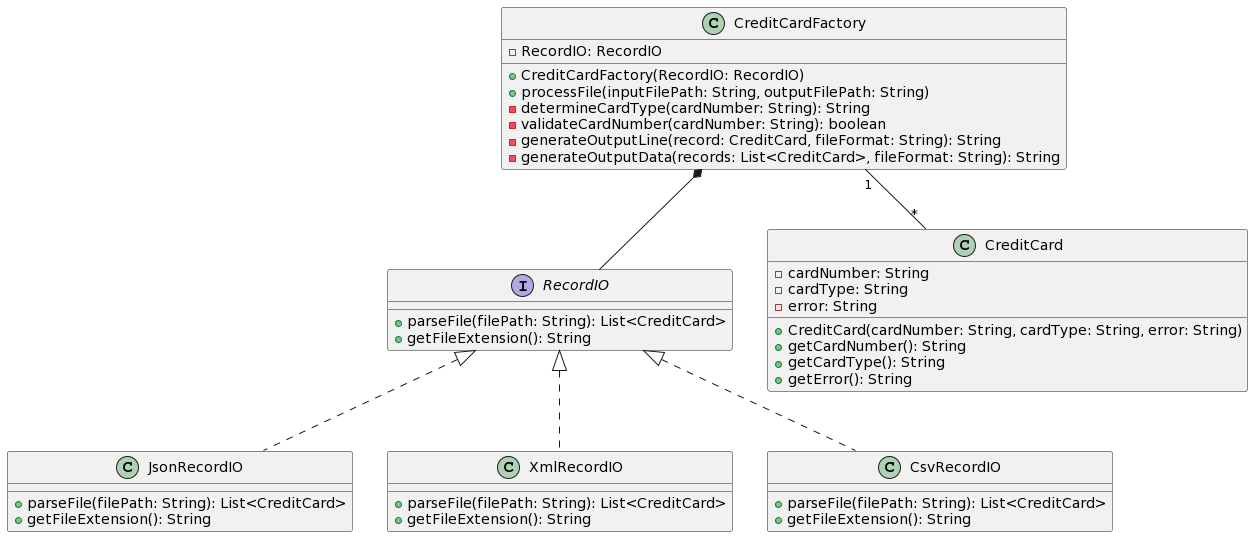
Before: diagrams/recordio_factory.png, a diagram exported from PlantUML (sirishacyd/cmpe202_individual-project).
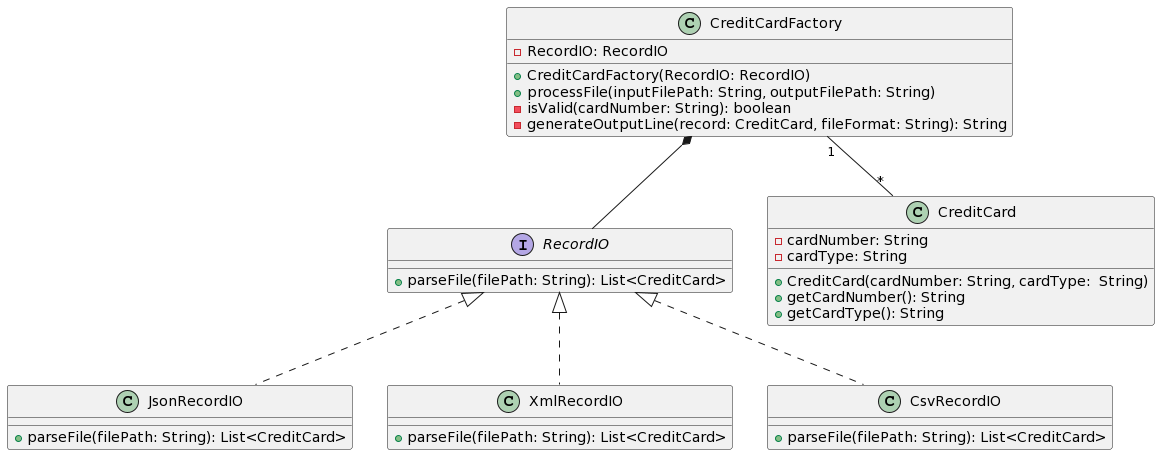
Above is the later version.

Commit message:
Credit Card Factory

What changed in the source:
```diff
@@ -1,42 +1,34 @@
 @startuml
 interface RecordIO {
   + parseFile(filePath: String): List<CreditCard>
-  + getFileExtension(): String
 }
 
 class JsonRecordIO {
   + parseFile(filePath: String): List<CreditCard>
-  + getFileExtension(): String
 }
 
 class XmlRecordIO {
   + parseFile(filePath: String): List<CreditCard>
-  + getFileExtension(): String
 }
 
 class CsvRecordIO {
   + parseFile(filePath: String): List<CreditCard>
-  + getFileExtension(): String
 }
 
 class CreditCard {
   - cardNumber: String
   - cardType: String
-  - error: String
-  + CreditCard(cardNumber: String, cardType: String, error: String)
+  + CreditCard(cardNumber: String, cardType:  String)
   + getCardNumber(): String
   + getCardType(): String
-  + getError(): String
 }
 
 class CreditCardFactory {
   - RecordIO: RecordIO
   + CreditCardFactory(RecordIO: RecordIO)
   + processFile(inputFilePath: String, outputFilePath: String)
-  - determineCardType(cardNumber: String): String
-  - validateCardNumber(cardNumber: String): boolean
+  - isValid(cardNumber: String): boolean
   - generateOutputLine(record: CreditCard, fileFormat: String): String
-  - generateOutputData(records: List<CreditCard>, fileFormat: String): String
 }
 
 RecordIO <|.. JsonRecordIO
```
